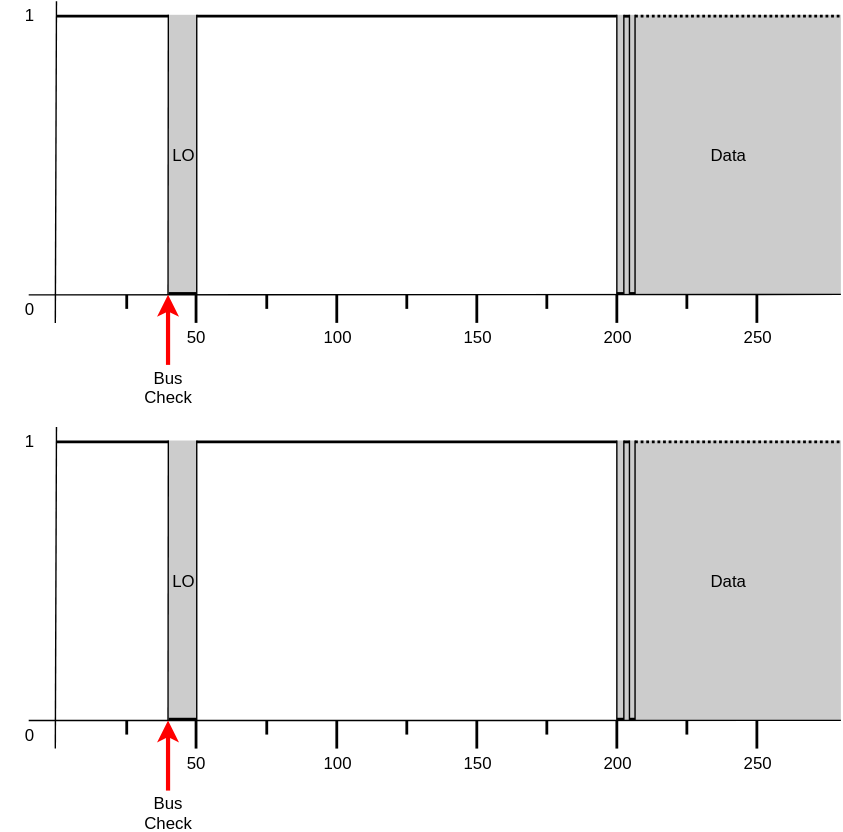
Earlier version of the draw.io export images/bus-collision-bad.svg (sabas1080/jacdac). Source tidied: cells renumbered, new cells last; positions are measured from the earlier drawing's top-left corner, leaving out a move shared by most shapes. Its diagram source:
```xml
<mxGraphModel>
  <root>
    <mxCell id="0" />
    <mxCell id="1" parent="0" />
    <mxCell id="2" value="LO" style="whiteSpace=wrap;html=1;dashed=1;dashPattern=1 1;fillColor=#CCCCCC;strokeColor=none;gradientColor=none;gradientDirection=north;" parent="1" vertex="1">
      <mxGeometry x="120" y="10" width="20" height="200" as="geometry" />
    </mxCell>
    <mxCell id="3" value="Data" style="whiteSpace=wrap;html=1;dashed=1;dashPattern=1 1;fillColor=#CCCCCC;strokeColor=none;gradientColor=none;gradientDirection=north;" parent="1" vertex="1">
      <mxGeometry x="440" y="10" width="160" height="200" as="geometry" />
    </mxCell>
    <mxCell id="4" style="endArrow=none;html=1;exitX=1.021;exitY=0.021;exitPerimeter=0;" parent="1" edge="1">
      <mxGeometry relative="1" as="geometry">
        <mxPoint x="39.8" y="0.4" as="sourcePoint" />
        <mxPoint x="39" y="230" as="targetPoint" />
      </mxGeometry>
    </mxCell>
    <mxCell id="5" style="endArrow=none;html=1;exitX=1.002;exitY=0.998;exitPerimeter=0;" parent="1" edge="1" source="3">
      <mxGeometry relative="1" as="geometry">
        <mxPoint x="20" y="210" as="targetPoint" />
      </mxGeometry>
    </mxCell>
    <mxCell id="6" value="0&lt;br&gt;" style="text;html=1;strokeColor=none;fillColor=none;align=center;verticalAlign=middle;whiteSpace=wrap;rounded=0;" parent="1" vertex="1">
      <mxGeometry y="210" width="40" height="20" as="geometry" />
    </mxCell>
    <mxCell id="7" value="1&lt;br&gt;" style="text;html=1;strokeColor=none;fillColor=none;align=center;verticalAlign=middle;whiteSpace=wrap;rounded=0;" parent="1" vertex="1">
      <mxGeometry width="40" height="20" as="geometry" />
    </mxCell>
    <mxCell id="8" style="line;strokeWidth=2;html=1;" parent="1" vertex="1">
      <mxGeometry x="40" y="6" width="80" height="10" as="geometry" />
    </mxCell>
    <mxCell id="9" style="line;strokeWidth=2;html=1;" parent="1" vertex="1">
      <mxGeometry x="120" y="204" width="20" height="10" as="geometry" />
    </mxCell>
    <mxCell id="10" style="line;strokeWidth=2;html=1;" parent="1" vertex="1">
      <mxGeometry x="140" y="6" width="300" height="10" as="geometry" />
    </mxCell>
    <mxCell id="11" style="endArrow=none;html=1;entryX=1;entryY=0.5;entryPerimeter=0;" parent="1" edge="1">
      <mxGeometry relative="1" as="geometry">
        <mxPoint x="440" y="210" as="sourcePoint" />
        <mxPoint x="440" y="10" as="targetPoint" />
      </mxGeometry>
    </mxCell>
    <mxCell id="12" style="endArrow=none;html=1;entryX=1;entryY=0.5;entryPerimeter=0;" parent="1" edge="1">
      <mxGeometry relative="1" as="geometry">
        <mxPoint x="445" y="210" as="sourcePoint" />
        <mxPoint x="445" y="10" as="targetPoint" />
      </mxGeometry>
    </mxCell>
    <mxCell id="13" style="endArrow=none;html=1;entryX=1;entryY=0.5;entryPerimeter=0;" parent="1" edge="1">
      <mxGeometry relative="1" as="geometry">
        <mxPoint x="449" y="210" as="sourcePoint" />
        <mxPoint x="449" y="10" as="targetPoint" />
      </mxGeometry>
    </mxCell>
    <mxCell id="14" style="endArrow=none;html=1;entryX=1;entryY=0.5;entryPerimeter=0;" parent="1" edge="1">
      <mxGeometry relative="1" as="geometry">
        <mxPoint x="453" y="210" as="sourcePoint" />
        <mxPoint x="453" y="10" as="targetPoint" />
      </mxGeometry>
    </mxCell>
    <mxCell id="15" style="line;strokeWidth=2;html=1;" parent="1" vertex="1">
      <mxGeometry x="445" y="6" width="4" height="10" as="geometry" />
    </mxCell>
    <mxCell id="16" style="endArrow=none;html=1;" parent="1" edge="1" source="35">
      <mxGeometry relative="1" as="geometry">
        <mxPoint x="440" y="210" as="targetPoint" />
      </mxGeometry>
    </mxCell>
    <mxCell id="17" style="line;strokeWidth=2;html=1;dashed=1;dashPattern=1 1;" parent="1" vertex="1">
      <mxGeometry x="453" y="6" width="147" height="10" as="geometry" />
    </mxCell>
    <mxCell id="18" style="endArrow=none;html=1;entryX=1;entryY=0.5;entryPerimeter=0;" parent="1" edge="1">
      <mxGeometry relative="1" as="geometry">
        <mxPoint x="119.5" y="210" as="sourcePoint" />
        <mxPoint x="119.7" y="10" as="targetPoint" />
      </mxGeometry>
    </mxCell>
    <mxCell id="19" style="endArrow=none;html=1;entryX=1;entryY=0.5;entryPerimeter=0;" parent="1" edge="1">
      <mxGeometry relative="1" as="geometry">
        <mxPoint x="140" y="210" as="sourcePoint" />
        <mxPoint x="140" y="10" as="targetPoint" />
      </mxGeometry>
    </mxCell>
    <mxCell id="20" value="50&lt;br&gt;" style="text;html=1;strokeColor=none;fillColor=none;align=center;verticalAlign=middle;whiteSpace=wrap;rounded=0;dashed=1;dashPattern=1 1;" parent="1" vertex="1">
      <mxGeometry x="120" y="230" width="40" height="20" as="geometry" />
    </mxCell>
    <mxCell id="21" style="endArrow=none;html=1;strokeWidth=2;" parent="1" edge="1">
      <mxGeometry relative="1" as="geometry">
        <mxPoint x="139.5" y="230" as="sourcePoint" />
        <mxPoint x="139.5" y="210" as="targetPoint" />
      </mxGeometry>
    </mxCell>
    <mxCell id="22" value="100&lt;br&gt;" style="text;html=1;strokeColor=none;fillColor=none;align=center;verticalAlign=middle;whiteSpace=wrap;rounded=0;dashed=1;dashPattern=1 1;" parent="1" vertex="1">
      <mxGeometry x="220" y="230" width="40" height="20" as="geometry" />
    </mxCell>
    <mxCell id="23" style="endArrow=none;html=1;strokeWidth=2;" parent="1" edge="1">
      <mxGeometry relative="1" as="geometry">
        <mxPoint x="90" y="210" as="sourcePoint" />
        <mxPoint x="90" y="220" as="targetPoint" />
      </mxGeometry>
    </mxCell>
    <mxCell id="24" style="endArrow=none;html=1;strokeWidth=2;" parent="1" edge="1">
      <mxGeometry relative="1" as="geometry">
        <mxPoint x="190" y="210" as="sourcePoint" />
        <mxPoint x="190" y="220" as="targetPoint" />
      </mxGeometry>
    </mxCell>
    <mxCell id="25" style="endArrow=none;html=1;strokeWidth=2;" parent="1" edge="1">
      <mxGeometry relative="1" as="geometry">
        <mxPoint x="240" y="230" as="sourcePoint" />
        <mxPoint x="240" y="210" as="targetPoint" />
      </mxGeometry>
    </mxCell>
    <mxCell id="26" value="150&lt;br&gt;" style="text;html=1;strokeColor=none;fillColor=none;align=center;verticalAlign=middle;whiteSpace=wrap;rounded=0;dashed=1;dashPattern=1 1;" parent="1" vertex="1">
      <mxGeometry x="320" y="230" width="40" height="20" as="geometry" />
    </mxCell>
    <mxCell id="27" style="endArrow=none;html=1;strokeWidth=2;" parent="1" edge="1">
      <mxGeometry relative="1" as="geometry">
        <mxPoint x="290" y="210" as="sourcePoint" />
        <mxPoint x="290" y="220" as="targetPoint" />
      </mxGeometry>
    </mxCell>
    <mxCell id="28" style="endArrow=none;html=1;strokeWidth=2;" parent="1" edge="1">
      <mxGeometry relative="1" as="geometry">
        <mxPoint x="340" y="230" as="sourcePoint" />
        <mxPoint x="340" y="210" as="targetPoint" />
      </mxGeometry>
    </mxCell>
    <mxCell id="29" value="200&lt;br&gt;" style="text;html=1;strokeColor=none;fillColor=none;align=center;verticalAlign=middle;whiteSpace=wrap;rounded=0;dashed=1;dashPattern=1 1;" parent="1" vertex="1">
      <mxGeometry x="420" y="230" width="40" height="20" as="geometry" />
    </mxCell>
    <mxCell id="30" style="endArrow=none;html=1;strokeWidth=2;" parent="1" edge="1">
      <mxGeometry relative="1" as="geometry">
        <mxPoint x="390" y="210" as="sourcePoint" />
        <mxPoint x="390" y="220" as="targetPoint" />
      </mxGeometry>
    </mxCell>
    <mxCell id="31" style="endArrow=none;html=1;strokeWidth=2;" parent="1" edge="1">
      <mxGeometry relative="1" as="geometry">
        <mxPoint x="440" y="230" as="sourcePoint" />
        <mxPoint x="440" y="210" as="targetPoint" />
      </mxGeometry>
    </mxCell>
    <mxCell id="32" value="250&lt;br&gt;" style="text;html=1;strokeColor=none;fillColor=none;align=center;verticalAlign=middle;whiteSpace=wrap;rounded=0;dashed=1;dashPattern=1 1;" parent="1" vertex="1">
      <mxGeometry x="520" y="230" width="40" height="20" as="geometry" />
    </mxCell>
    <mxCell id="33" style="endArrow=none;html=1;strokeWidth=2;" parent="1" edge="1">
      <mxGeometry relative="1" as="geometry">
        <mxPoint x="490" y="210" as="sourcePoint" />
        <mxPoint x="490" y="220" as="targetPoint" />
      </mxGeometry>
    </mxCell>
    <mxCell id="34" style="endArrow=none;html=1;strokeWidth=2;" parent="1" edge="1">
      <mxGeometry relative="1" as="geometry">
        <mxPoint x="540" y="230" as="sourcePoint" />
        <mxPoint x="540" y="210" as="targetPoint" />
      </mxGeometry>
    </mxCell>
    <mxCell id="35" style="line;strokeWidth=2;html=1;" parent="1" vertex="1">
      <mxGeometry x="440" y="204" width="5" height="10" as="geometry" />
    </mxCell>
    <mxCell id="36" style="line;strokeWidth=2;html=1;" parent="1" vertex="1">
      <mxGeometry x="449" y="204" width="4" height="10" as="geometry" />
    </mxCell>
    <mxCell id="37" value="LO" style="whiteSpace=wrap;html=1;dashed=1;dashPattern=1 1;fillColor=#CCCCCC;strokeColor=none;gradientColor=none;gradientDirection=north;" parent="1" vertex="1">
      <mxGeometry x="120" y="314" width="20" height="200" as="geometry" />
    </mxCell>
    <mxCell id="38" value="Data" style="whiteSpace=wrap;html=1;dashed=1;dashPattern=1 1;fillColor=#CCCCCC;strokeColor=none;gradientColor=none;gradientDirection=north;" parent="1" vertex="1">
      <mxGeometry x="440" y="314" width="160" height="200" as="geometry" />
    </mxCell>
    <mxCell id="39" style="endArrow=none;html=1;exitX=1.021;exitY=0.021;exitPerimeter=0;" parent="1" edge="1">
      <mxGeometry relative="1" as="geometry">
        <mxPoint x="39.8" y="304.4" as="sourcePoint" />
        <mxPoint x="39" y="534" as="targetPoint" />
      </mxGeometry>
    </mxCell>
    <mxCell id="40" style="endArrow=none;html=1;exitX=1.002;exitY=0.998;exitPerimeter=0;" parent="1" edge="1" source="38">
      <mxGeometry relative="1" as="geometry">
        <mxPoint x="20" y="514" as="targetPoint" />
      </mxGeometry>
    </mxCell>
    <mxCell id="41" value="0&lt;br&gt;" style="text;html=1;strokeColor=none;fillColor=none;align=center;verticalAlign=middle;whiteSpace=wrap;rounded=0;" parent="1" vertex="1">
      <mxGeometry y="514" width="40" height="20" as="geometry" />
    </mxCell>
    <mxCell id="42" value="1&lt;br&gt;" style="text;html=1;strokeColor=none;fillColor=none;align=center;verticalAlign=middle;whiteSpace=wrap;rounded=0;" parent="1" vertex="1">
      <mxGeometry y="304" width="40" height="20" as="geometry" />
    </mxCell>
    <mxCell id="43" style="line;strokeWidth=2;html=1;" parent="1" vertex="1">
      <mxGeometry x="40" y="310" width="80" height="10" as="geometry" />
    </mxCell>
    <mxCell id="44" style="line;strokeWidth=2;html=1;" parent="1" vertex="1">
      <mxGeometry x="120" y="508" width="20" height="10" as="geometry" />
    </mxCell>
    <mxCell id="45" style="line;strokeWidth=2;html=1;" parent="1" vertex="1">
      <mxGeometry x="140" y="310" width="300" height="10" as="geometry" />
    </mxCell>
    <mxCell id="46" style="endArrow=none;html=1;entryX=1;entryY=0.5;entryPerimeter=0;" parent="1" edge="1">
      <mxGeometry relative="1" as="geometry">
        <mxPoint x="440" y="514" as="sourcePoint" />
        <mxPoint x="440" y="314" as="targetPoint" />
      </mxGeometry>
    </mxCell>
    <mxCell id="47" style="endArrow=none;html=1;entryX=1;entryY=0.5;entryPerimeter=0;" parent="1" edge="1">
      <mxGeometry relative="1" as="geometry">
        <mxPoint x="445" y="514" as="sourcePoint" />
        <mxPoint x="445" y="314" as="targetPoint" />
      </mxGeometry>
    </mxCell>
    <mxCell id="48" style="endArrow=none;html=1;entryX=1;entryY=0.5;entryPerimeter=0;" parent="1" edge="1">
      <mxGeometry relative="1" as="geometry">
        <mxPoint x="449" y="514" as="sourcePoint" />
        <mxPoint x="449" y="314" as="targetPoint" />
      </mxGeometry>
    </mxCell>
    <mxCell id="49" style="endArrow=none;html=1;entryX=1;entryY=0.5;entryPerimeter=0;" parent="1" edge="1">
      <mxGeometry relative="1" as="geometry">
        <mxPoint x="453" y="514" as="sourcePoint" />
        <mxPoint x="453" y="314" as="targetPoint" />
      </mxGeometry>
    </mxCell>
    <mxCell id="50" style="line;strokeWidth=2;html=1;" parent="1" vertex="1">
      <mxGeometry x="445" y="310" width="4" height="10" as="geometry" />
    </mxCell>
    <mxCell id="51" style="endArrow=none;html=1;" parent="1" edge="1" source="70">
      <mxGeometry relative="1" as="geometry">
        <mxPoint x="440" y="514" as="targetPoint" />
      </mxGeometry>
    </mxCell>
    <mxCell id="52" style="line;strokeWidth=2;html=1;dashed=1;dashPattern=1 1;" parent="1" vertex="1">
      <mxGeometry x="453" y="310" width="147" height="10" as="geometry" />
    </mxCell>
    <mxCell id="53" style="endArrow=none;html=1;entryX=1;entryY=0.5;entryPerimeter=0;" parent="1" edge="1">
      <mxGeometry relative="1" as="geometry">
        <mxPoint x="119.5" y="514" as="sourcePoint" />
        <mxPoint x="119.7" y="314" as="targetPoint" />
      </mxGeometry>
    </mxCell>
    <mxCell id="54" style="endArrow=none;html=1;entryX=1;entryY=0.5;entryPerimeter=0;" parent="1" edge="1">
      <mxGeometry relative="1" as="geometry">
        <mxPoint x="140" y="514" as="sourcePoint" />
        <mxPoint x="140" y="314" as="targetPoint" />
      </mxGeometry>
    </mxCell>
    <mxCell id="55" value="50&lt;br&gt;" style="text;html=1;strokeColor=none;fillColor=none;align=center;verticalAlign=middle;whiteSpace=wrap;rounded=0;dashed=1;dashPattern=1 1;" parent="1" vertex="1">
      <mxGeometry x="120" y="534" width="40" height="20" as="geometry" />
    </mxCell>
    <mxCell id="56" style="endArrow=none;html=1;strokeWidth=2;" parent="1" edge="1">
      <mxGeometry relative="1" as="geometry">
        <mxPoint x="139.5" y="534" as="sourcePoint" />
        <mxPoint x="139.5" y="514" as="targetPoint" />
      </mxGeometry>
    </mxCell>
    <mxCell id="57" value="100&lt;br&gt;" style="text;html=1;strokeColor=none;fillColor=none;align=center;verticalAlign=middle;whiteSpace=wrap;rounded=0;dashed=1;dashPattern=1 1;" parent="1" vertex="1">
      <mxGeometry x="220" y="534" width="40" height="20" as="geometry" />
    </mxCell>
    <mxCell id="58" style="endArrow=none;html=1;strokeWidth=2;" parent="1" edge="1">
      <mxGeometry relative="1" as="geometry">
        <mxPoint x="90" y="514" as="sourcePoint" />
        <mxPoint x="90" y="524" as="targetPoint" />
      </mxGeometry>
    </mxCell>
    <mxCell id="59" style="endArrow=none;html=1;strokeWidth=2;" parent="1" edge="1">
      <mxGeometry relative="1" as="geometry">
        <mxPoint x="190" y="514" as="sourcePoint" />
        <mxPoint x="190" y="524" as="targetPoint" />
      </mxGeometry>
    </mxCell>
    <mxCell id="60" style="endArrow=none;html=1;strokeWidth=2;" parent="1" edge="1">
      <mxGeometry relative="1" as="geometry">
        <mxPoint x="240" y="534" as="sourcePoint" />
        <mxPoint x="240" y="514" as="targetPoint" />
      </mxGeometry>
    </mxCell>
    <mxCell id="61" value="150&lt;br&gt;" style="text;html=1;strokeColor=none;fillColor=none;align=center;verticalAlign=middle;whiteSpace=wrap;rounded=0;dashed=1;dashPattern=1 1;" parent="1" vertex="1">
      <mxGeometry x="320" y="534" width="40" height="20" as="geometry" />
    </mxCell>
    <mxCell id="62" style="endArrow=none;html=1;strokeWidth=2;" parent="1" edge="1">
      <mxGeometry relative="1" as="geometry">
        <mxPoint x="290" y="514" as="sourcePoint" />
        <mxPoint x="290" y="524" as="targetPoint" />
      </mxGeometry>
    </mxCell>
    <mxCell id="63" style="endArrow=none;html=1;strokeWidth=2;" parent="1" edge="1">
      <mxGeometry relative="1" as="geometry">
        <mxPoint x="340" y="534" as="sourcePoint" />
        <mxPoint x="340" y="514" as="targetPoint" />
      </mxGeometry>
    </mxCell>
    <mxCell id="64" value="200&lt;br&gt;" style="text;html=1;strokeColor=none;fillColor=none;align=center;verticalAlign=middle;whiteSpace=wrap;rounded=0;dashed=1;dashPattern=1 1;" parent="1" vertex="1">
      <mxGeometry x="420" y="534" width="40" height="20" as="geometry" />
    </mxCell>
    <mxCell id="65" style="endArrow=none;html=1;strokeWidth=2;" parent="1" edge="1">
      <mxGeometry relative="1" as="geometry">
        <mxPoint x="390" y="514" as="sourcePoint" />
        <mxPoint x="390" y="524" as="targetPoint" />
      </mxGeometry>
    </mxCell>
    <mxCell id="66" style="endArrow=none;html=1;strokeWidth=2;" parent="1" edge="1">
      <mxGeometry relative="1" as="geometry">
        <mxPoint x="440" y="534" as="sourcePoint" />
        <mxPoint x="440" y="514" as="targetPoint" />
      </mxGeometry>
    </mxCell>
    <mxCell id="67" value="250&lt;br&gt;" style="text;html=1;strokeColor=none;fillColor=none;align=center;verticalAlign=middle;whiteSpace=wrap;rounded=0;dashed=1;dashPattern=1 1;" parent="1" vertex="1">
      <mxGeometry x="520" y="534" width="40" height="20" as="geometry" />
    </mxCell>
    <mxCell id="68" style="endArrow=none;html=1;strokeWidth=2;" parent="1" edge="1">
      <mxGeometry relative="1" as="geometry">
        <mxPoint x="490" y="514" as="sourcePoint" />
        <mxPoint x="490" y="524" as="targetPoint" />
      </mxGeometry>
    </mxCell>
    <mxCell id="69" style="endArrow=none;html=1;strokeWidth=2;" parent="1" edge="1">
      <mxGeometry relative="1" as="geometry">
        <mxPoint x="540" y="534" as="sourcePoint" />
        <mxPoint x="540" y="514" as="targetPoint" />
      </mxGeometry>
    </mxCell>
    <mxCell id="70" style="line;strokeWidth=2;html=1;" parent="1" vertex="1">
      <mxGeometry x="440" y="508" width="5" height="10" as="geometry" />
    </mxCell>
    <mxCell id="71" style="line;strokeWidth=2;html=1;" parent="1" vertex="1">
      <mxGeometry x="449" y="508" width="4" height="10" as="geometry" />
    </mxCell>
    <mxCell id="72" style="endArrow=classic;html=1;fillColor=#f8cecc;strokeColor=#FF0000;strokeWidth=3;" parent="1" edge="1">
      <mxGeometry relative="1" as="geometry">
        <mxPoint x="119.5" y="564" as="sourcePoint" />
        <mxPoint x="119.5" y="514" as="targetPoint" />
      </mxGeometry>
    </mxCell>
    <mxCell id="73" value="Bus Check" style="text;html=1;strokeColor=none;fillColor=none;align=center;verticalAlign=middle;whiteSpace=wrap;rounded=0;" parent="1" vertex="1">
      <mxGeometry x="100" y="570" width="40" height="20" as="geometry" />
    </mxCell>
    <mxCell id="74" style="endArrow=classic;html=1;fillColor=#f8cecc;strokeColor=#FF0000;strokeWidth=3;" parent="1" edge="1">
      <mxGeometry relative="1" as="geometry">
        <mxPoint x="119.5" y="260" as="sourcePoint" />
        <mxPoint x="119.5" y="210" as="targetPoint" />
      </mxGeometry>
    </mxCell>
    <mxCell id="75" value="Bus Check" style="text;html=1;strokeColor=none;fillColor=none;align=center;verticalAlign=middle;whiteSpace=wrap;rounded=0;" parent="1" vertex="1">
      <mxGeometry x="100" y="266" width="40" height="20" as="geometry" />
    </mxCell>
  </root>
</mxGraphModel>
```
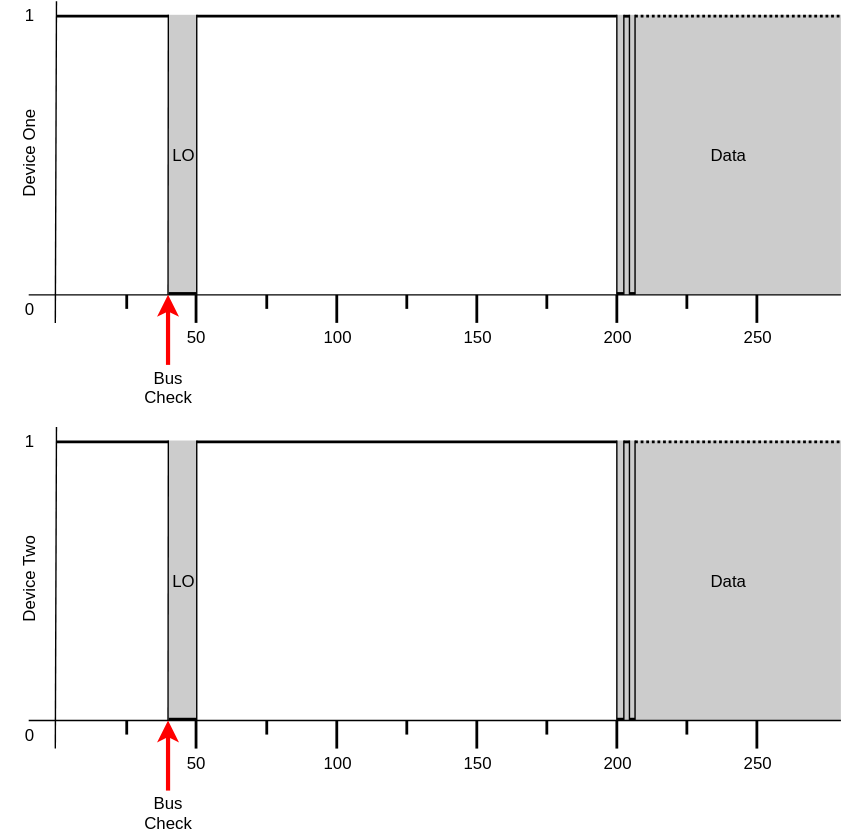
Later version of the same file.

Change to the diagram source:
```diff
@@ -340,5 +340,11 @@
     <mxCell id="75" value="Bus Check" style="text;html=1;strokeColor=none;fillColor=none;align=center;verticalAlign=middle;whiteSpace=wrap;rounded=0;" parent="1" vertex="1">
       <mxGeometry x="100" y="266" width="40" height="20" as="geometry" />
     </mxCell>
+    <mxCell id="76" value="Device One" style="text;html=1;strokeColor=none;fillColor=none;align=center;verticalAlign=middle;whiteSpace=wrap;rounded=0;horizontal=0;" parent="1" vertex="1">
+      <mxGeometry x="5" y="60" width="30" height="100" as="geometry" />
+    </mxCell>
+    <mxCell id="77" value="Device Two" style="text;html=1;strokeColor=none;fillColor=none;align=center;verticalAlign=middle;whiteSpace=wrap;rounded=0;horizontal=0;" parent="1" vertex="1">
+      <mxGeometry x="5" y="364" width="30" height="100" as="geometry" />
+    </mxCell>
   </root>
 </mxGraphModel>
```
